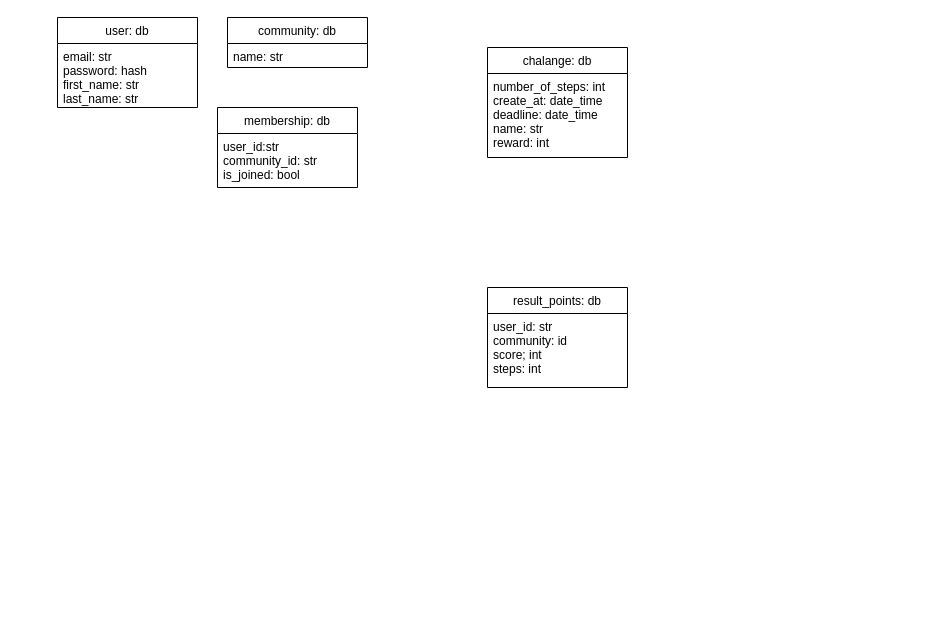
This is api_2020.drawio from Baba-Yaga-Bv/Moove-old, a draw.io file, before an edit. Source tidied: cells renumbered, new cells numbered last; positions are measured from the earlier drawing's top-left corner, leaving out a move shared by most shapes. Both pictures are drawn from the tidied source at 100%, with x=0, y=0 at pixel (57, 17).
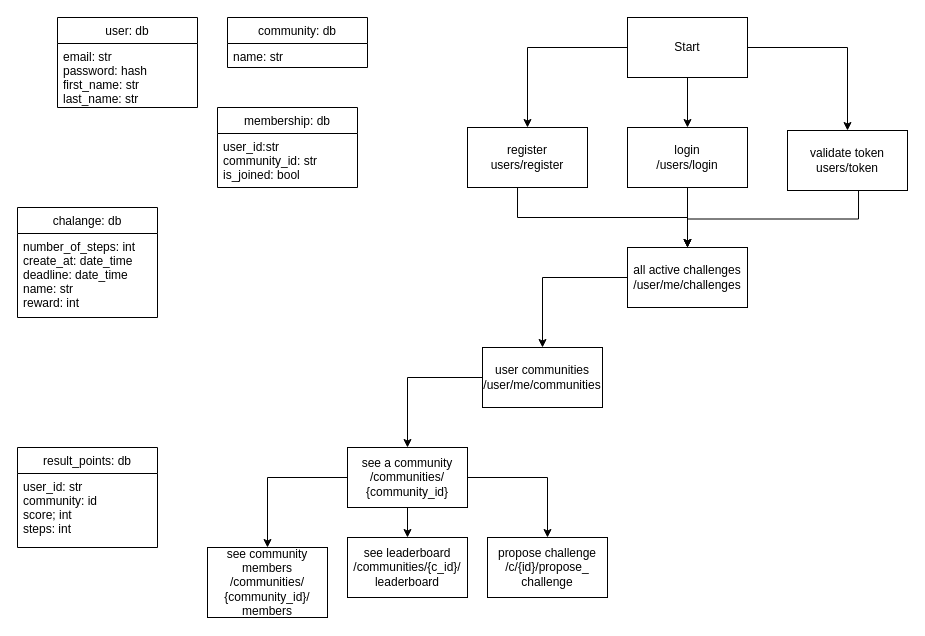
The same diagram, later.

Diff of the diagram source:
```diff
@@
     <mxCell id="8" value="chalange: db" style="swimlane;fontStyle=0;horizontal=1;startSize=26;fillColor=none;" parent="1" vertex="1">
-      <mxGeometry x="430" y="30" width="140" height="110" as="geometry" />
+      <mxGeometry x="-40" y="190" width="140" height="110" as="geometry" />
     </mxCell>
@@
     <mxCell id="10" value="result_points: db" style="swimlane;fontStyle=0;horizontal=1;startSize=26;fillColor=none;" parent="1" vertex="1">
-      <mxGeometry x="430" y="270" width="140" height="100" as="geometry" />
+      <mxGeometry x="-40" y="430" width="140" height="100" as="geometry" />
     </mxCell>
@@
+    <mxCell id="12" style="edgeStyle=orthogonalEdgeStyle;rounded=0;jettySize=auto;html=1;" parent="1" edge="1" source="15" target="16">
+      <mxGeometry relative="1" as="geometry" />
+    </mxCell>
+    <mxCell id="13" style="edgeStyle=orthogonalEdgeStyle;rounded=0;jettySize=auto;html=1;entryX=0.5;entryY=0;entryDx=0;entryDy=0;" parent="1" edge="1" source="15" target="21">
+      <mxGeometry relative="1" as="geometry" />
+    </mxCell>
+    <mxCell id="14" style="edgeStyle=orthogonalEdgeStyle;rounded=0;jettySize=auto;html=1;" parent="1" edge="1" source="15" target="20">
+      <mxGeometry relative="1" as="geometry" />
+    </mxCell>
+    <mxCell id="15" value="Start" style="rounded=0;whiteSpace=wrap;html=1;" parent="1" vertex="1">
+      <mxGeometry x="570" width="120" height="60" as="geometry" />
+    </mxCell>
+    <mxCell id="16" value="register&lt;br&gt;users/register" style="rounded=0;whiteSpace=wrap;html=1;" parent="1" vertex="1">
+      <mxGeometry x="410" y="110" width="120" height="60" as="geometry" />
+    </mxCell>
+    <mxCell id="17" style="edgeStyle=orthogonalEdgeStyle;rounded=0;jettySize=auto;html=1;exitX=0.417;exitY=1;exitDx=0;exitDy=0;exitPerimeter=0;" parent="1" edge="1" source="16" target="23">
+      <mxGeometry relative="1" as="geometry" />
+    </mxCell>
+    <mxCell id="18" style="edgeStyle=orthogonalEdgeStyle;rounded=0;jettySize=auto;html=1;exitX=0.592;exitY=1;exitDx=0;exitDy=0;exitPerimeter=0;" parent="1" edge="1" source="21" target="23">
+      <mxGeometry relative="1" as="geometry" />
+    </mxCell>
+    <mxCell id="19" style="edgeStyle=orthogonalEdgeStyle;rounded=0;jettySize=auto;html=1;" parent="1" edge="1" source="20" target="23">
+      <mxGeometry relative="1" as="geometry" />
+    </mxCell>
+    <mxCell id="20" value="login&lt;br&gt;/users/login" style="rounded=0;whiteSpace=wrap;html=1;" parent="1" vertex="1">
+      <mxGeometry x="570" y="110" width="120" height="60" as="geometry" />
+    </mxCell>
+    <mxCell id="21" value="validate token&lt;br&gt;users/token" style="rounded=0;whiteSpace=wrap;html=1;" parent="1" vertex="1">
+      <mxGeometry x="730" y="113" width="120" height="60" as="geometry" />
+    </mxCell>
+    <mxCell id="22" style="edgeStyle=orthogonalEdgeStyle;rounded=0;jettySize=auto;html=1;" parent="1" edge="1" source="23" target="25">
+      <mxGeometry relative="1" as="geometry" />
+    </mxCell>
+    <mxCell id="23" value="all active challenges&lt;br&gt;/user/me/challenges" style="rounded=0;whiteSpace=wrap;html=1;" parent="1" vertex="1">
+      <mxGeometry x="570" y="230" width="120" height="60" as="geometry" />
+    </mxCell>
+    <mxCell id="24" style="edgeStyle=orthogonalEdgeStyle;rounded=0;jettySize=auto;html=1;" parent="1" edge="1" source="25" target="29">
+      <mxGeometry relative="1" as="geometry" />
+    </mxCell>
+    <mxCell id="25" value="user communities&lt;br&gt;/user/me/communities" style="rounded=0;whiteSpace=wrap;html=1;" parent="1" vertex="1">
+      <mxGeometry x="425" y="330" width="120" height="60" as="geometry" />
+    </mxCell>
+    <mxCell id="26" style="edgeStyle=orthogonalEdgeStyle;rounded=0;jettySize=auto;html=1;" parent="1" edge="1" source="29" target="30">
+      <mxGeometry relative="1" as="geometry" />
+    </mxCell>
+    <mxCell id="27" style="edgeStyle=orthogonalEdgeStyle;rounded=0;jettySize=auto;html=1;" parent="1" edge="1" source="29" target="32">
+      <mxGeometry relative="1" as="geometry" />
+    </mxCell>
+    <mxCell id="28" style="edgeStyle=orthogonalEdgeStyle;rounded=0;jettySize=auto;html=1;" parent="1" edge="1" source="29" target="31">
+      <mxGeometry relative="1" as="geometry" />
+    </mxCell>
+    <mxCell id="29" value="see a community&lt;br&gt;/communities/&lt;br&gt;{community_id}" style="rounded=0;whiteSpace=wrap;html=1;" parent="1" vertex="1">
+      <mxGeometry x="290" y="430" width="120" height="60" as="geometry" />
+    </mxCell>
+    <mxCell id="30" value="see community members&lt;br&gt;/communities/&lt;br&gt;{community_id}/&lt;br&gt;members" style="rounded=0;whiteSpace=wrap;html=1;" parent="1" vertex="1">
+      <mxGeometry x="150" y="530" width="120" height="70" as="geometry" />
+    </mxCell>
+    <mxCell id="31" value="see&amp;nbsp;leaderboard&lt;br&gt;/communities/{c_id}/&lt;br&gt;leaderboard" style="rounded=0;whiteSpace=wrap;html=1;" parent="1" vertex="1">
+      <mxGeometry x="290" y="520" width="120" height="60" as="geometry" />
+    </mxCell>
+    <mxCell id="32" value="propose challenge&lt;br&gt;/c/{id}/propose_&lt;br&gt;challenge" style="rounded=0;whiteSpace=wrap;html=1;" parent="1" vertex="1">
+      <mxGeometry x="430" y="520" width="120" height="60" as="geometry" />
+    </mxCell>
```
